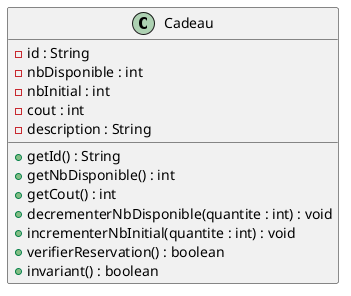
The PlantUML diagram Diagrammes/pge_uml_diag_classe_cadeau.png in yasminebelmaaziz/dev_logiciel, before a commit.
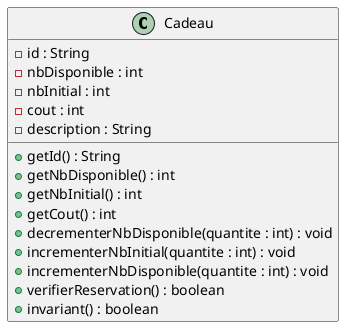
After the commit.

Commit message:
Correction de la fiche de la classe Cadeau

Change to the diagram source:
```diff
@@ -9,9 +9,11 @@
 
   + getId() : String
   + getNbDisponible() : int
+  + getNbInitial() : int
   + getCout() : int
   + decrementerNbDisponible(quantite : int) : void
   + incrementerNbInitial(quantite : int) : void
+  + incrementerNbDisponible(quantite : int) : void
   + verifierReservation() : boolean
   + invariant() : boolean
 }
```
